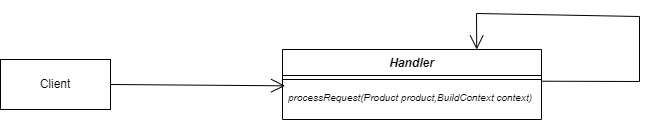
xiangxiang3451/OOAP_03 keeps this draw.io diagram as diagram.drawio.png. Above is the earlier version. Source tidied: cells renumbered, new cells last; positions are measured from the earlier drawing's top-left corner, leaving out a move shared by most shapes.
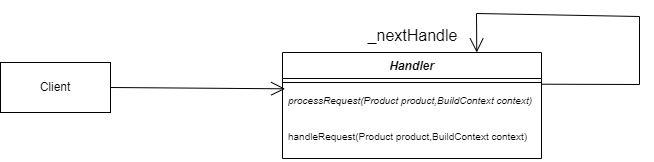
Later version of the same file.

Change to the diagram source:
```diff
@@ -3,7 +3,7 @@
     <mxCell id="0" />
     <mxCell id="1" parent="0" />
     <mxCell id="2" value="&lt;i&gt;Handler&lt;/i&gt;" style="swimlane;fontStyle=1;align=center;verticalAlign=top;horizontal=1;startSize=26;whiteSpace=wrap;html=1;" parent="1" vertex="1">
-      <mxGeometry x="282" y="36" width="259" height="70" as="geometry" />
+      <mxGeometry x="282" y="36" width="259" height="106" as="geometry" />
     </mxCell>
     <mxCell id="3" style="line;strokeWidth=1;fillColor=none;align=left;verticalAlign=middle;spacingTop=-1;spacingLeft=3;spacingRight=3;labelPosition=right;strokeColor=inherit;" parent="2" vertex="1">
       <mxGeometry y="26" width="259" height="8" as="geometry" />
@@ -11,13 +11,16 @@
     <mxCell id="4" value="&lt;i&gt;&lt;font style=&quot;font-size: 10px;&quot;&gt;processRequest(Product product,BuildContext context)&lt;/font&gt;&lt;/i&gt;" style="text;strokeColor=none;fillColor=none;align=left;verticalAlign=top;spacingLeft=4;spacingRight=4;overflow=hidden;points=[[0,0.5],[1,0.5]];portConstraint=eastwest;whiteSpace=wrap;html=1;" parent="2" vertex="1">
       <mxGeometry y="34" width="259" height="36" as="geometry" />
     </mxCell>
+    <mxCell id="8" value="&lt;span style=&quot;font-size: 10px;&quot;&gt;handleRequest(&lt;/span&gt;&lt;font style=&quot;font-size: 10px;&quot;&gt;Product product,BuildContext context&lt;/font&gt;&lt;span style=&quot;font-size: 10px;&quot;&gt;)&lt;/span&gt;" style="text;strokeColor=none;fillColor=none;align=left;verticalAlign=top;spacingLeft=4;spacingRight=4;overflow=hidden;whiteSpace=wrap;html=1;" parent="2" vertex="1">
+      <mxGeometry y="70" width="259" height="36" as="geometry" />
+    </mxCell>
     <mxCell id="5" style="endArrow=open;endFill=1;endSize=12;html=1;rounded=0;fontSize=12;curved=0;exitX=0.998;exitY=-0.064;exitDx=0;exitDy=0;exitPerimeter=0;entryX=0.75;entryY=0;entryDx=0;entryDy=0;" parent="2" edge="1" source="4" target="2">
       <mxGeometry relative="1" as="geometry">
         <Array as="points">
           <mxPoint x="258" y="32" />
           <mxPoint x="357" y="32" />
-          <mxPoint x="357" y="-33" />
-          <mxPoint x="194" y="-36" />
+          <mxPoint x="357" y="-36" />
+          <mxPoint x="194" y="-39" />
         </Array>
       </mxGeometry>
     </mxCell>
@@ -27,5 +30,8 @@
     <mxCell id="7" style="endArrow=open;endFill=1;endSize=12;html=1;rounded=0;fontSize=12;curved=1;entryX=0.01;entryY=0.064;entryDx=0;entryDy=0;entryPerimeter=0;exitX=1;exitY=0.5;exitDx=0;exitDy=0;" parent="1" edge="1" source="6" target="4">
       <mxGeometry relative="1" as="geometry" />
     </mxCell>
+    <mxCell id="9" value="_nextHandle" style="text;html=1;align=center;verticalAlign=middle;strokeColor=none;fillColor=none;fontSize=16;" parent="1" vertex="1">
+      <mxGeometry x="357.5" y="3" width="108" height="31" as="geometry" />
+    </mxCell>
   </root>
 </mxGraphModel>
```
